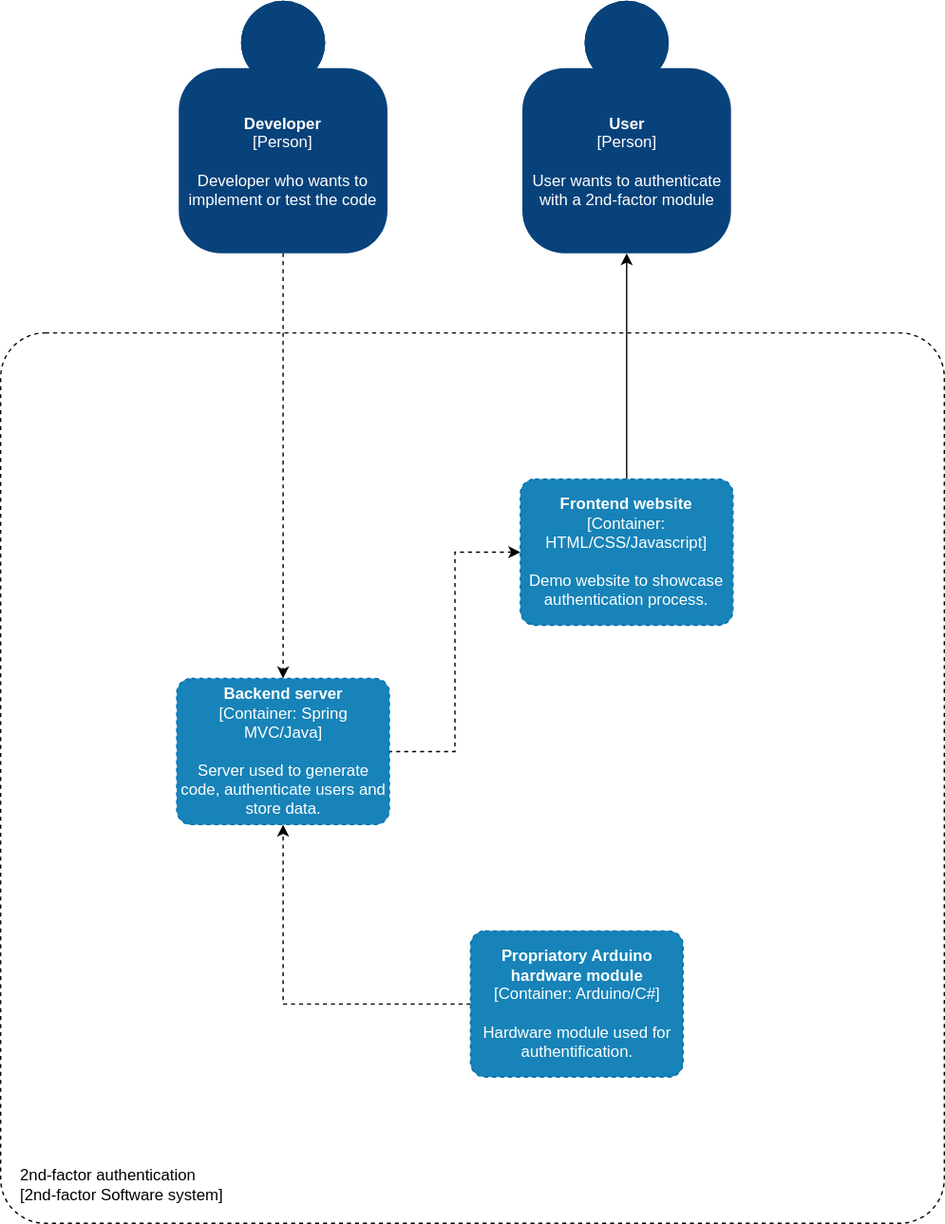
2nd-factor/docs keeps this draw.io diagram as c4-diagrams/C2 - Container diagramv2.svg. Above is the earlier version. Source tidied: cells renumbered, new cells last; positions are measured from the earlier drawing's top-left corner, leaving out a move shared by most shapes.
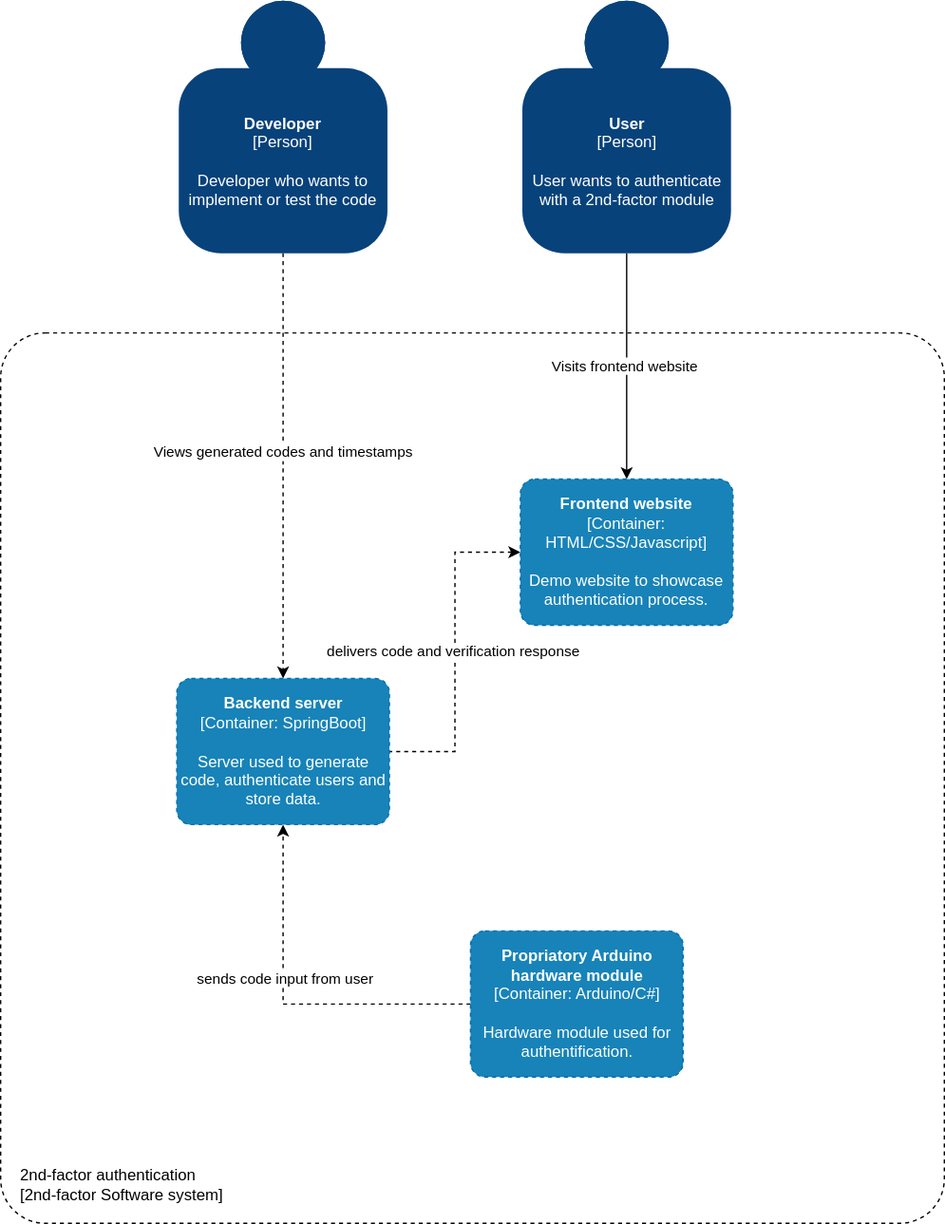
The same diagram one commit later.

Commit message:
modified:   2nd-factor-c4model.drawio 	modified:   c4-diagrams/C2 - Container diagramv2.svg 	modified:   c4-diagrams/C3 - Component diagram.svg

The edit, as a diff of the source:
```diff
@@ -7,7 +7,7 @@
         <mxGeometry y="250" width="710" height="670" as="geometry" />
       </mxCell>
     </object>
-    <mxCell id="3" style="edgeStyle=orthogonalEdgeStyle;rounded=0;jettySize=auto;html=1;entryX=0.5;entryY=0;entryDx=0;entryDy=0;entryPerimeter=0;startArrow=classic;startFill=1;endArrow=none;endFill=0;" parent="1" edge="1" source="4" target="8">
+    <mxCell id="3" value="Visits frontend website&amp;nbsp;" style="edgeStyle=orthogonalEdgeStyle;rounded=0;jettySize=auto;html=1;entryX=0.5;entryY=0;entryDx=0;entryDy=0;entryPerimeter=0;startArrow=none;startFill=0;endArrow=classic;endFill=1;" parent="1" edge="1" source="4" target="8">
       <mxGeometry relative="1" as="geometry" />
     </mxCell>
     <object id="4" label="&lt;b&gt;%c4Name%&lt;/b&gt;&lt;div&gt;[%c4Type%]&lt;/div&gt;&lt;br&gt;&lt;div&gt;%c4Description%&lt;/div&gt;" c4Description="User wants to authenticate with a 2nd-factor module" c4Name="User" c4Type="Person" placeholders="1">
@@ -18,12 +18,15 @@
     <mxCell id="5" style="edgeStyle=orthogonalEdgeStyle;rounded=0;jettySize=auto;html=1;entryX=0.5;entryY=0;entryDx=0;entryDy=0;entryPerimeter=0;dashed=1;startArrow=none;startFill=0;endArrow=classic;endFill=1;" parent="1" edge="1" source="6" target="11">
       <mxGeometry relative="1" as="geometry" />
     </mxCell>
+    <mxCell id="12" value="Views generated codes and timestamps&amp;nbsp;" style="edgeLabel;html=1;align=center;verticalAlign=middle;" parent="5" vertex="1">
+      <mxGeometry x="-0.07" y="1" relative="1" as="geometry" />
+    </mxCell>
     <object id="6" label="&lt;b&gt;%c4Name%&lt;/b&gt;&lt;div&gt;[%c4Type%]&lt;/div&gt;&lt;br&gt;&lt;div&gt;%c4Description%&lt;/div&gt;" c4Description="Developer who wants to implement or test the code" c4Name="Developer" c4Type="Person" placeholders="1">
       <mxCell style="html=1;dashed=0;whitespace=wrap;fillColor=#08427b;strokeColor=none;fontColor=#ffffff;shape=mxgraph.c4.person;align=center;points=[[0.5,0,0],[1,0.5,0],[1,0.75,0],[0.75,1,0],[0.5,1,0],[0.25,1,0],[0,0.75,0],[0,0.5,0]];metaData={&quot;c4Type&quot;:{&quot;editable&quot;:false}};whiteSpace=wrap;" parent="1" vertex="1">
         <mxGeometry x="134" width="157" height="190" as="geometry" />
       </mxCell>
     </object>
-    <mxCell id="7" style="edgeStyle=orthogonalEdgeStyle;rounded=0;jettySize=auto;html=1;entryX=1;entryY=0.5;entryDx=0;entryDy=0;entryPerimeter=0;startArrow=classic;startFill=1;endArrow=none;endFill=0;dashed=1;" parent="1" edge="1" source="8" target="11">
+    <mxCell id="7" value="delivers code and verification response&amp;nbsp;" style="edgeStyle=orthogonalEdgeStyle;rounded=0;jettySize=auto;html=1;entryX=1;entryY=0.5;entryDx=0;entryDy=0;entryPerimeter=0;startArrow=classic;startFill=1;endArrow=none;endFill=0;dashed=1;" parent="1" edge="1" source="8" target="11">
       <mxGeometry relative="1" as="geometry" />
     </mxCell>
     <object id="8" label="&lt;b&gt;%c4Name%&lt;/b&gt;&lt;div&gt;[%c4Type%: %c4Technology%]&lt;/div&gt;&lt;br&gt;&lt;div&gt;%c4Description%&lt;/div&gt;" c4Description="Demo website to showcase authentication process. " c4Name="Frontend website" c4Technology="HTML/CSS/Javascript" c4Type="Container" placeholders="1">
@@ -34,12 +37,15 @@
     <mxCell id="9" style="edgeStyle=orthogonalEdgeStyle;rounded=0;jettySize=auto;html=1;entryX=0.5;entryY=1;entryDx=0;entryDy=0;entryPerimeter=0;dashed=1;startArrow=none;startFill=0;endArrow=classic;endFill=1;" parent="1" edge="1" source="10" target="11">
       <mxGeometry relative="1" as="geometry" />
     </mxCell>
+    <mxCell id="13" value="sends code input from user" style="edgeLabel;html=1;align=center;verticalAlign=middle;" parent="9" vertex="1">
+      <mxGeometry x="0.17" y="-1" relative="1" as="geometry" />
+    </mxCell>
     <object id="10" label="&lt;b&gt;%c4Name%&lt;/b&gt;&lt;div&gt;[%c4Type%: %c4Technology%]&lt;/div&gt;&lt;br&gt;&lt;div&gt;%c4Description%&lt;/div&gt;" c4Description="Hardware module used for authentification." c4Name="Propriatory Arduino hardware module" c4Technology="Arduino/C#" c4Type="Container" placeholders="1">
       <mxCell style="rounded=1;whiteSpace=wrap;html=1;labelBackgroundColor=none;fontColor=#ffffff;align=center;arcSize=10;strokeColor=#006EAF;metaData={&quot;c4Type&quot;:{&quot;editable&quot;:false}};points=[[0.25,0,0],[0.5,0,0],[0.75,0,0],[1,0.25,0],[1,0.5,0],[1,0.75,0],[0.75,1,0],[0.5,1,0],[0.25,1,0],[0,0.75,0],[0,0.5,0],[0,0.25,0]];dashed=1;fillColor=#1783B8;" parent="1" vertex="1">
         <mxGeometry x="353.5" y="700" width="160" height="110" as="geometry" />
       </mxCell>
     </object>
-    <object id="11" label="&lt;b&gt;%c4Name%&lt;/b&gt;&lt;div&gt;[%c4Type%: %c4Technology%]&lt;/div&gt;&lt;br&gt;&lt;div&gt;%c4Description%&lt;/div&gt;" c4Description="Server used to generate code, authenticate users and store data. " c4Name="Backend server" c4Technology="Spring MVC/Java" c4Type="Container" placeholders="1">
+    <object id="11" label="&lt;b&gt;%c4Name%&lt;/b&gt;&lt;div&gt;[%c4Type%: %c4Technology%]&lt;/div&gt;&lt;br&gt;&lt;div&gt;%c4Description%&lt;/div&gt;" c4Description="Server used to generate code, authenticate users and store data. " c4Name="Backend server" c4Technology="SpringBoot" c4Type="Container" placeholders="1">
       <mxCell style="rounded=1;whiteSpace=wrap;html=1;labelBackgroundColor=none;fontColor=#ffffff;align=center;arcSize=10;strokeColor=#006EAF;metaData={&quot;c4Type&quot;:{&quot;editable&quot;:false}};points=[[0.25,0,0],[0.5,0,0],[0.75,0,0],[1,0.25,0],[1,0.5,0],[1,0.75,0],[0.75,1,0],[0.5,1,0],[0.25,1,0],[0,0.75,0],[0,0.5,0],[0,0.25,0]];dashed=1;fillColor=#1783B8;" parent="1" vertex="1">
         <mxGeometry x="132.5" y="510" width="160" height="110" as="geometry" />
       </mxCell>
```
